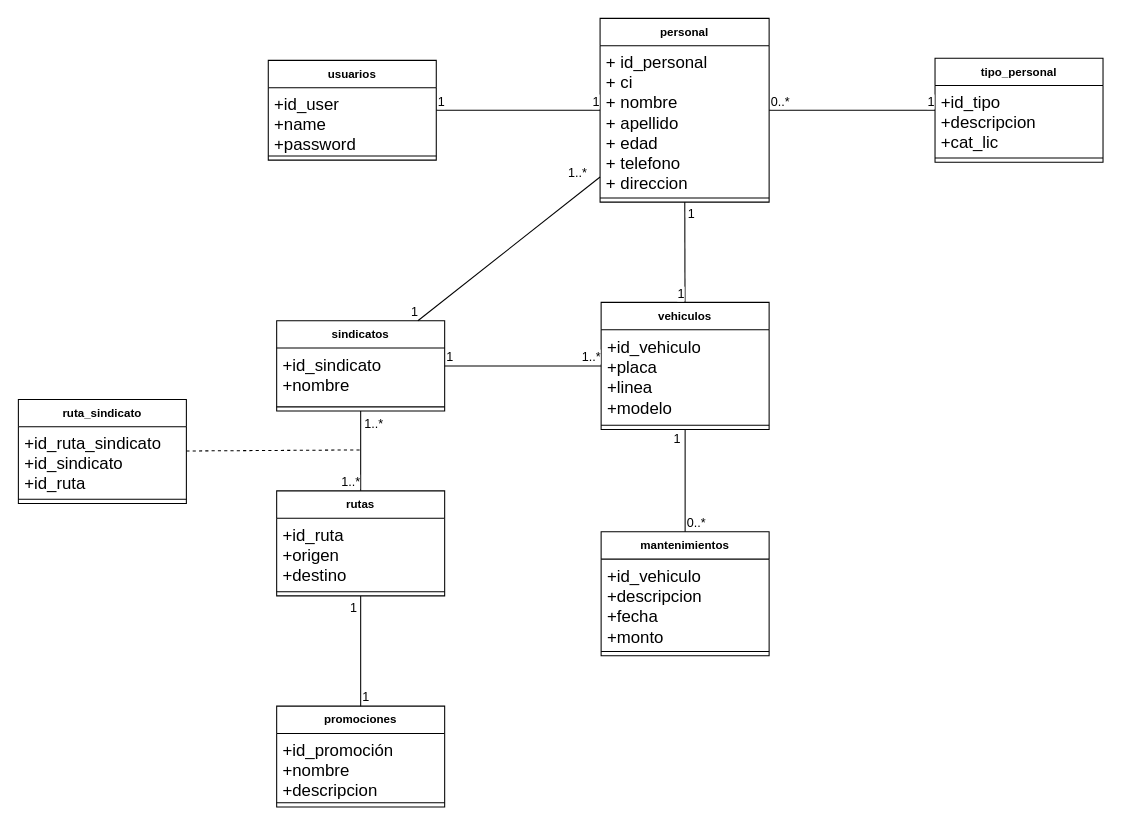
The draw.io diagram DIAGRAMA UML/sindicato27.drawio in PANDITHAjr/WEB-TRANSPORTE-2022-2, before the edit. Source tidied: cells renumbered, new cells numbered last; positions are measured from the earlier drawing's top-left corner, leaving out a move shared by most shapes. Both pictures are drawn from the tidied source at 105%, with x=0, y=0 at pixel (18, 18).
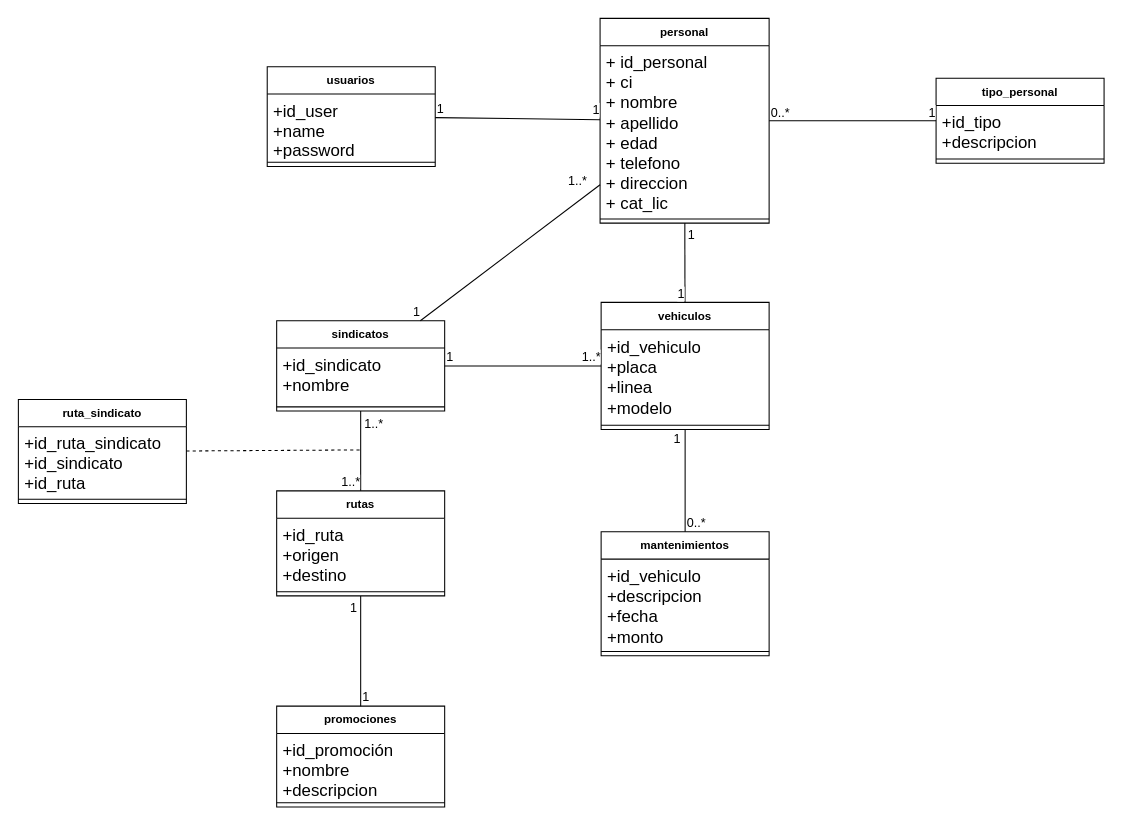
Above is the later version.

What changed in the source:
```diff
@@
     <mxCell id="2" value="personal&lt;br&gt;" style="swimlane;fontStyle=1;align=center;verticalAlign=top;horizontal=1;startSize=26;whiteSpace=wrap;html=1;fontFamily=Helvetica;fontSize=11;fontColor=default;" parent="1" vertex="1">
-      <mxGeometry x="554" width="161" height="175" as="geometry" />
+      <mxGeometry x="554" width="161" height="195" as="geometry" />
     </mxCell>
-    <mxCell id="3" value="+ id_personal&lt;br&gt;+ ci&lt;br&gt;+ nombre&lt;br&gt;+ apellido&lt;br&gt;+ edad&lt;br&gt;+ telefono&lt;br&gt;+ direccion" style="text;strokeColor=none;fillColor=none;align=left;verticalAlign=top;spacingLeft=4;spacingRight=4;overflow=hidden;whiteSpace=wrap;html=1;fontSize=16;fontFamily=Helvetica;fontColor=default;" parent="2" vertex="1">
-      <mxGeometry y="26" width="161" height="141" as="geometry" />
+    <mxCell id="3" value="+ id_personal&lt;br&gt;+ ci&lt;br&gt;+ nombre&lt;br&gt;+ apellido&lt;br&gt;+ edad&lt;br&gt;+ telefono&lt;br&gt;+ direccion&lt;br&gt;+ cat_lic" style="text;strokeColor=none;fillColor=none;align=left;verticalAlign=top;spacingLeft=4;spacingRight=4;overflow=hidden;whiteSpace=wrap;html=1;fontSize=16;fontFamily=Helvetica;fontColor=default;" parent="2" vertex="1">
+      <mxGeometry y="26" width="161" height="161" as="geometry" />
     </mxCell>
     <mxCell id="4" style="line;strokeWidth=1;fillColor=none;align=left;verticalAlign=middle;spacingTop=-1;spacingLeft=3;spacingRight=3;labelPosition=right;strokeColor=inherit;fontFamily=Helvetica;fontSize=11;fontColor=default;" parent="2" vertex="1">
-      <mxGeometry y="167" width="161" height="8" as="geometry" />
+      <mxGeometry y="187" width="161" height="8" as="geometry" />
     </mxCell>
     <mxCell id="5" value="tipo_personal" style="swimlane;fontStyle=1;align=center;verticalAlign=top;horizontal=1;startSize=26;whiteSpace=wrap;html=1;fontFamily=Helvetica;fontSize=11;fontColor=default;" parent="1" vertex="1">
-      <mxGeometry x="873" y="38" width="160" height="99" as="geometry" />
+      <mxGeometry x="874" y="57" width="160" height="81" as="geometry" />
     </mxCell>
-    <mxCell id="6" value="+id_tipo&lt;br&gt;+descripcion&lt;br&gt;+cat_lic" style="text;strokeColor=none;fillColor=none;align=left;verticalAlign=top;spacingLeft=4;spacingRight=4;overflow=hidden;whiteSpace=wrap;html=1;fontSize=16;fontFamily=Helvetica;fontColor=default;" parent="5" vertex="1">
-      <mxGeometry y="26" width="160" height="65" as="geometry" />
+    <mxCell id="6" value="+id_tipo&lt;br&gt;+descripcion" style="text;strokeColor=none;fillColor=none;align=left;verticalAlign=top;spacingLeft=4;spacingRight=4;overflow=hidden;whiteSpace=wrap;html=1;fontSize=16;fontFamily=Helvetica;fontColor=default;" parent="5" vertex="1">
+      <mxGeometry y="26" width="160" height="47" as="geometry" />
     </mxCell>
     <mxCell id="7" style="line;strokeWidth=1;fillColor=none;align=left;verticalAlign=middle;spacingTop=-1;spacingLeft=3;spacingRight=3;labelPosition=right;strokeColor=inherit;fontFamily=Helvetica;fontSize=11;fontColor=default;" parent="5" vertex="1">
-      <mxGeometry y="91" width="160" height="8" as="geometry" />
+      <mxGeometry y="73" width="160" height="8" as="geometry" />
     </mxCell>
     <mxCell id="8" value="usuarios" style="swimlane;fontStyle=1;align=center;verticalAlign=top;horizontal=1;startSize=26;whiteSpace=wrap;html=1;fontFamily=Helvetica;fontSize=11;fontColor=default;" parent="1" vertex="1">
-      <mxGeometry x="238" y="40" width="160" height="95" as="geometry" />
+      <mxGeometry x="237" y="46" width="160" height="95" as="geometry" />
     </mxCell>
```
